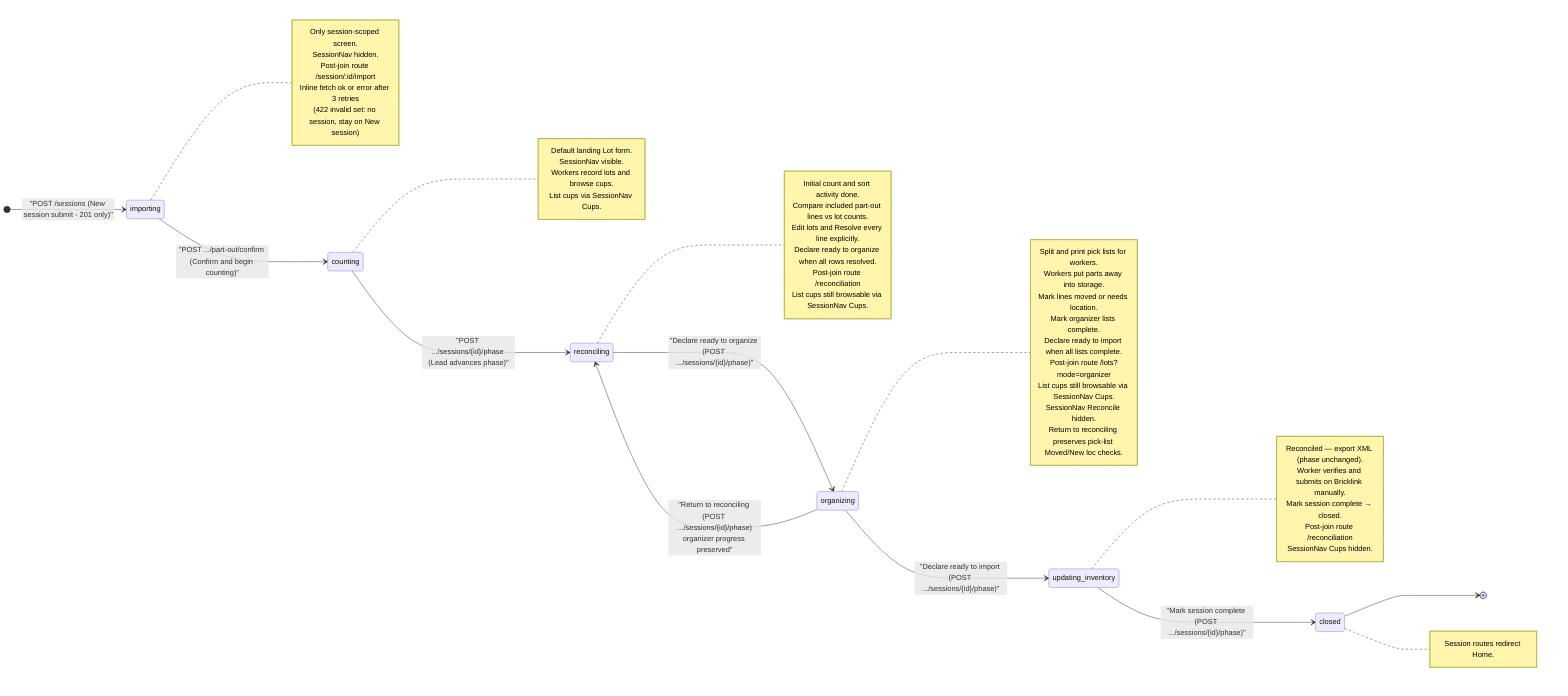
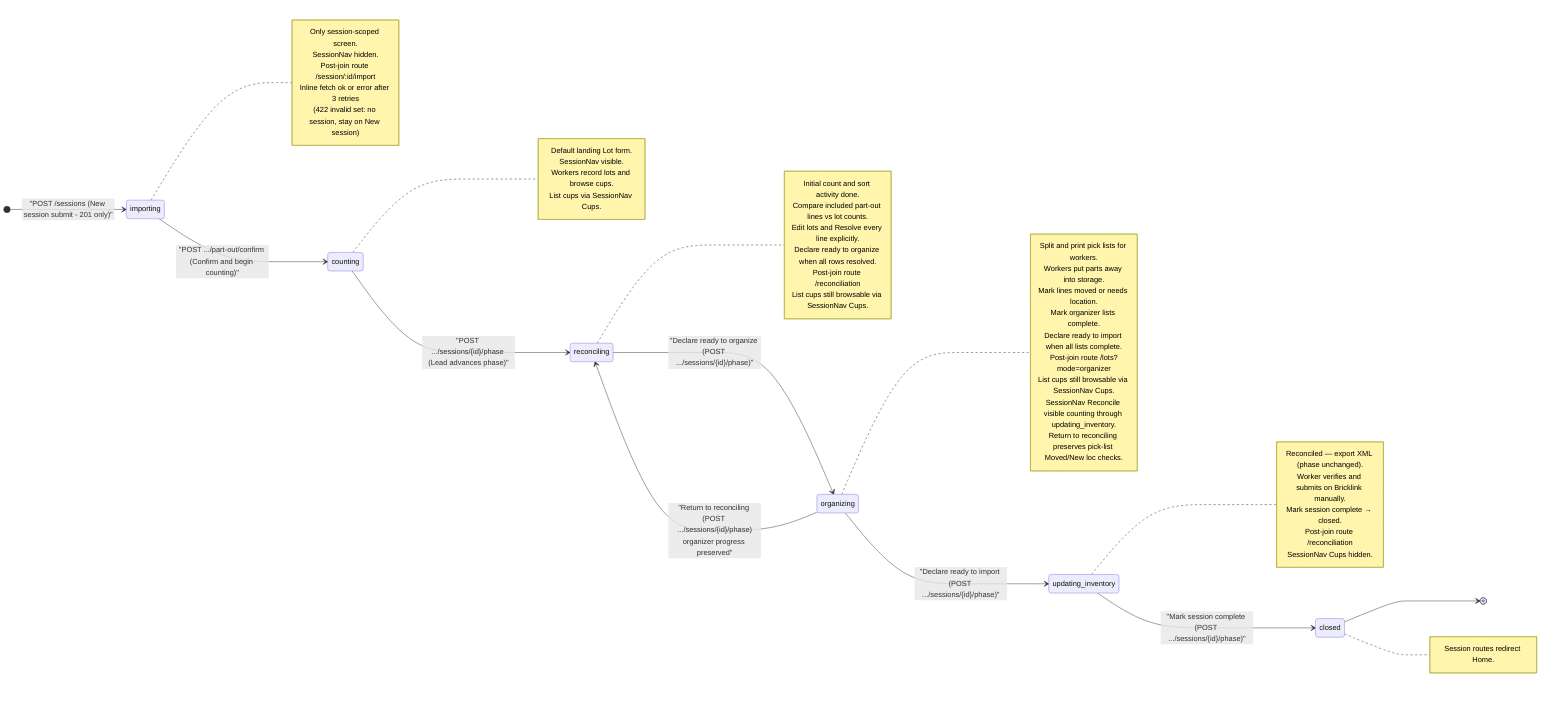
%% Session phase state machine
%% Sources: docs/view-specs/home.md, new-session.md, part-out-import.md, part-out-reconciliation.md,
%%          list-cups.md, list-lots.md, feature/part-out-coordinator/product-spec.md
%%
%% XML export and Bricklink mass update occur in updating_inventory, after organizing.

stateDiagram-v2
    direction LR

    [*] --> importing: "POST /sessions (New session submit - 201 only)"
    importing --> counting: "POST .../part-out/confirm (Confirm and begin counting)"
    counting --> reconciling: "POST .../sessions/{id}/phase (Lead advances phase)"
    reconciling --> organizing: "Declare ready to organize (POST .../sessions/{id}/phase)"
    organizing --> updating_inventory: "Declare ready to import (POST .../sessions/{id}/phase)"
    organizing --> reconciling: "Return to reconciling (POST .../sessions/{id}/phase)<br>organizer progress preserved"
    updating_inventory --> closed: "Mark session complete (POST .../sessions/{id}/phase)"
    closed --> [*]

    note right of importing
        Only session-scoped screen.
        SessionNav hidden.
        Post-join route /session/:id/import
        Inline fetch ok or error after 3 retries
        (422 invalid set: no session, stay on New session)
    end note

    note right of counting
        Default landing Lot form.
        SessionNav visible.
        Workers record lots and browse cups.
        List cups via SessionNav Cups.
    end note

    note right of reconciling
        Initial count and sort activity done.
        Compare included part-out lines vs lot counts.
        Edit lots and Resolve every line explicitly.
        Declare ready to organize when all rows resolved.
        Post-join route /reconciliation
        List cups still browsable via SessionNav Cups.
    end note

    note right of organizing
        Split and print pick lists for workers.
        Workers put parts away into storage.
        Mark lines moved or needs location.
        Mark organizer lists complete.
        Declare ready to import when all lists complete.
        Post-join route /lots?mode=organizer
        List cups still browsable via SessionNav Cups.
-         SessionNav Reconcile hidden.
+         SessionNav Reconcile visible counting through updating_inventory.
        Return to reconciling preserves pick-list Moved/New loc checks.
    end note

    note right of closed
        Session routes redirect Home.
    end note

    note right of updating_inventory
        Reconciled — export XML (phase unchanged).
        Worker verifies and submits on Bricklink manually.
        Mark session complete → closed.
        Post-join route /reconciliation
        SessionNav Cups hidden.
    end note
